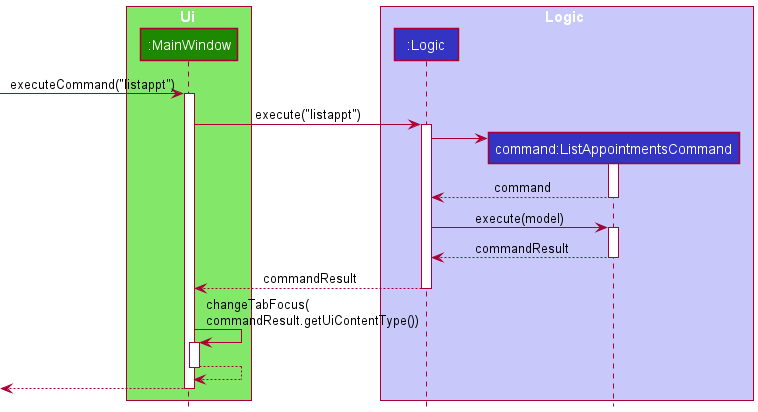
nus-cs2103-AY2122S2/tp keeps this PlantUML diagram as docs/images/UiFocusSequenceDiagram.png. Above is the earlier version.
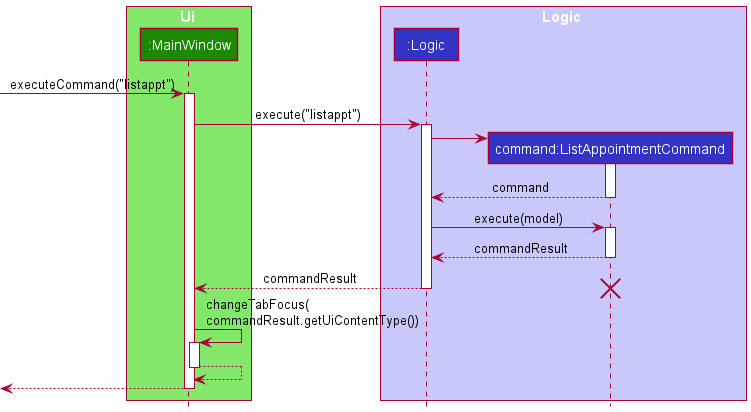
The same diagram one commit later.

Change to the diagram source:
```diff
@@ -7,7 +7,7 @@
 
 box Logic LOGIC_COLOR_T1
 participant ":Logic" as Logic LOGIC_COLOR
-participant "command:ListAppointmentsCommand" as Command LOGIC_COLOR
+participant "command:ListAppointmentCommand" as Command LOGIC_COLOR
 end box
 
 autoactivate on
@@ -20,6 +20,7 @@
 Logic -> Command : execute(model)
 Logic <-- Command : commandResult
 MainWindow <-- Logic : commandResult
+destroy Command
 MainWindow -> MainWindow : changeTabFocus(\ncommandResult.getUiContentType())
 MainWindow --> MainWindow
 [<-- MainWindow
```
